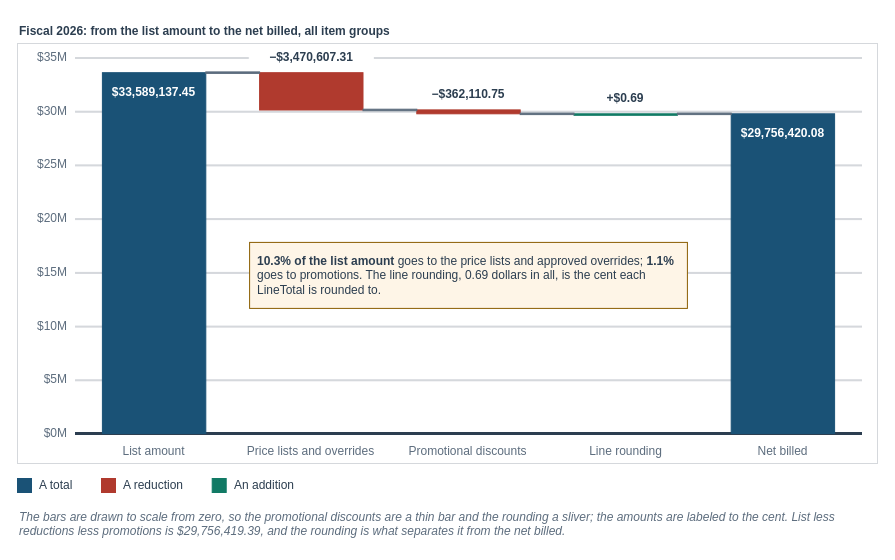
Earlier version of the draw.io diagram facts/instructor/figures/case-part-2/IF-C2-2-B.drawio (mmcodesso/Accounting_Analytics_Book). Source tidied: cells renumbered, new cells numbered last; positions are measured from the earlier drawing's top-left corner, leaving out a move shared by most shapes. Both pictures are drawn from the tidied source at 100%, with x=0, y=0 at pixel (17, 17).
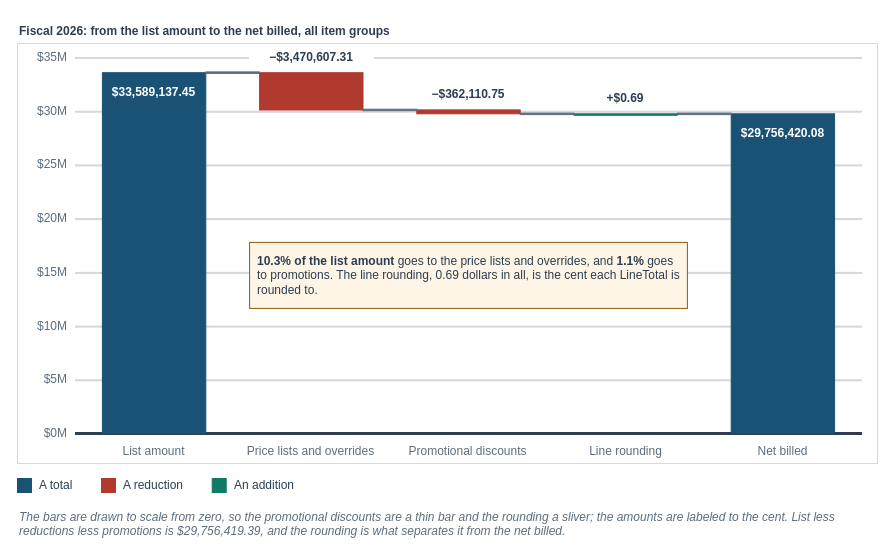
After the change.

Change to the diagram source:
```diff
@@
-    <mxCell id="41" value="&lt;b&gt;10.3% of the list amount&lt;/b&gt; goes to the price lists and approved overrides; &lt;b&gt;1.1%&lt;/b&gt; goes to promotions. The line rounding, 0.69 dollars in all, is the cent each LineTotal is rounded to." style="rounded=0;arcSize=6;whiteSpace=wrap;html=1;fillColor=#FEF5E7;strokeColor=#8A5D00;strokeWidth=1;fontColor=#2C3E50;fontSize=12;fontStyle=0;align=left;verticalAlign=middle;fontFamily=Helvetica;spacingLeft=6;spacingRight=6;" parent="1" vertex="1">
+    <mxCell id="41" value="&lt;b&gt;10.3% of the list amount&lt;/b&gt; goes to the price lists and overrides, and &lt;b&gt;1.1%&lt;/b&gt; goes to promotions. The line rounding, 0.69 dollars in all, is the cent each LineTotal is rounded to." style="rounded=0;arcSize=6;whiteSpace=wrap;html=1;fillColor=#FEF5E7;strokeColor=#8A5D00;strokeWidth=1;fontColor=#2C3E50;fontSize=12;fontStyle=0;align=left;verticalAlign=middle;fontFamily=Helvetica;spacingLeft=6;spacingRight=6;" parent="1" vertex="1">
       <mxGeometry x="232.1" y="224.9" width="437.8" height="66" as="geometry" />
     </mxCell>
```
